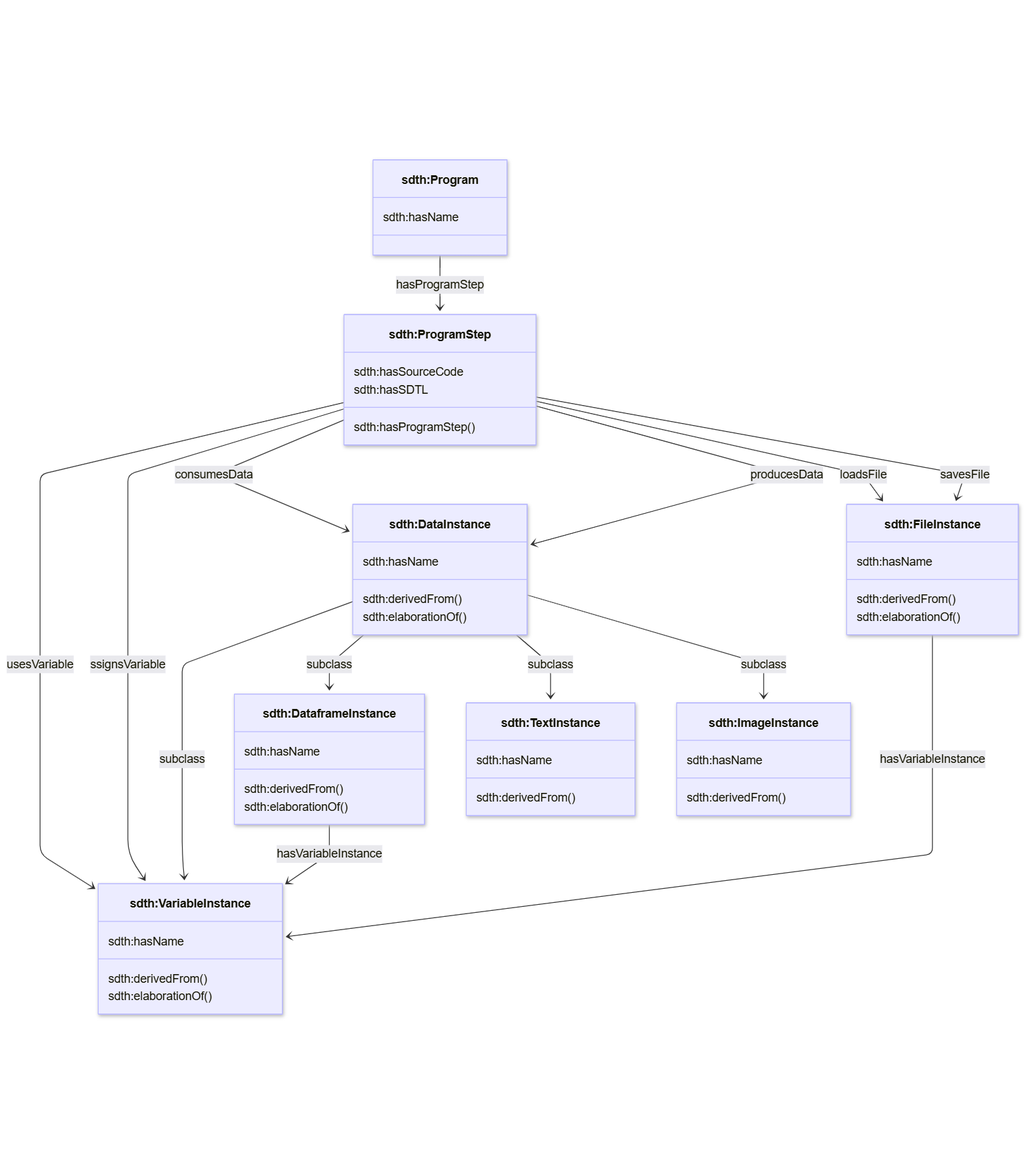
This is SDTH/doc/assets/sdth_diagram.png from ddialliance/sdtl, a Mermaid export, as it was before one commit. Its source is kept beside it as SDTH/doc/assets/sdth_diagram.mmd.
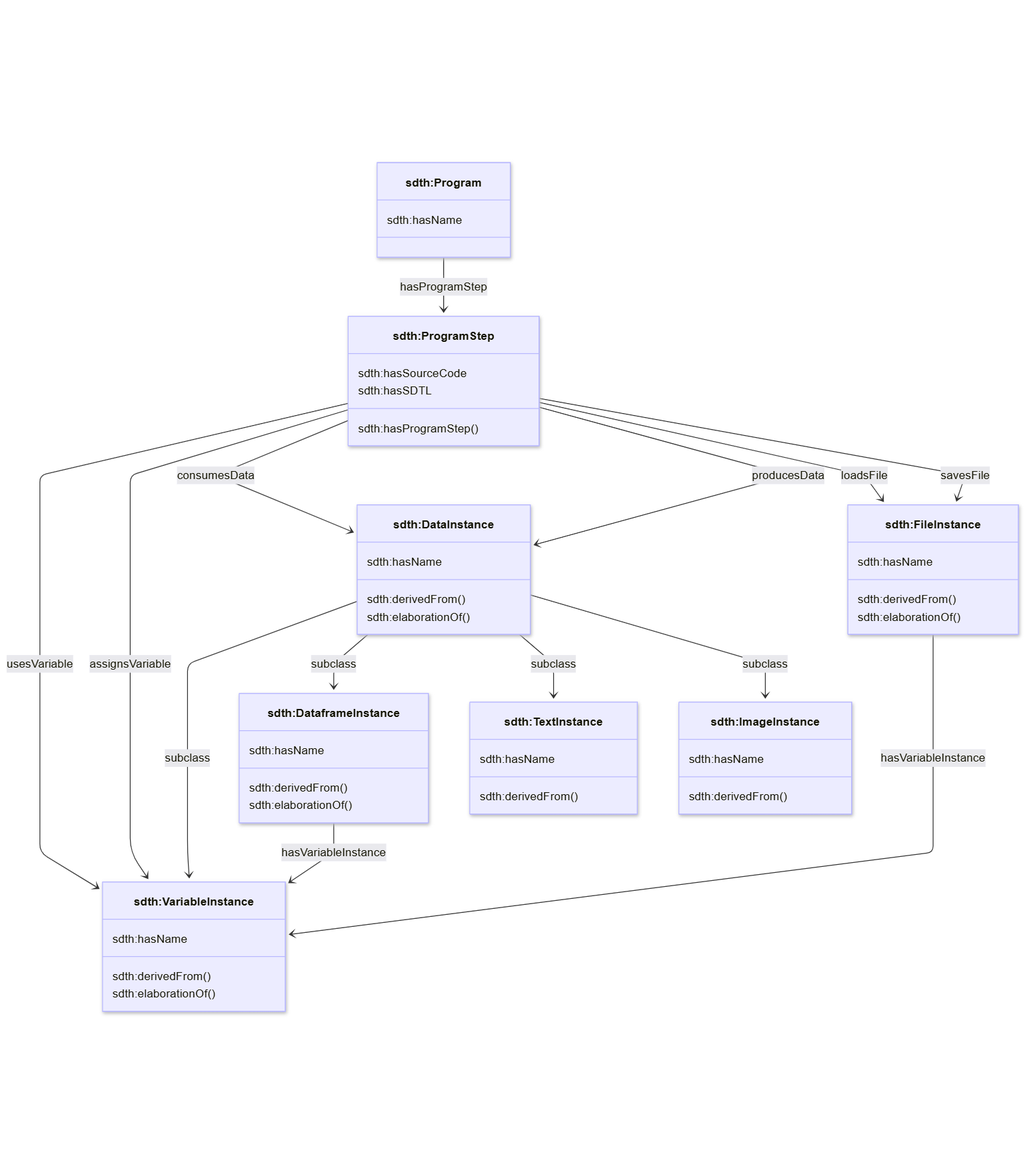
After the change.

Commit message:
update class diagram

What changed in the source:
```diff
@@ -54,7 +54,7 @@
  Program --> ProgramStep : hasProgramStep
 
  ProgramStep --> VariableInstance : usesVariable
- ProgramStep --> VariableInstance : ssignsVariable
+ ProgramStep --> VariableInstance : assignsVariable
  ProgramStep --> DataInstance : consumesData
  ProgramStep --> DataInstance : producesData
  ProgramStep --> FileInstance : loadsFile
```
